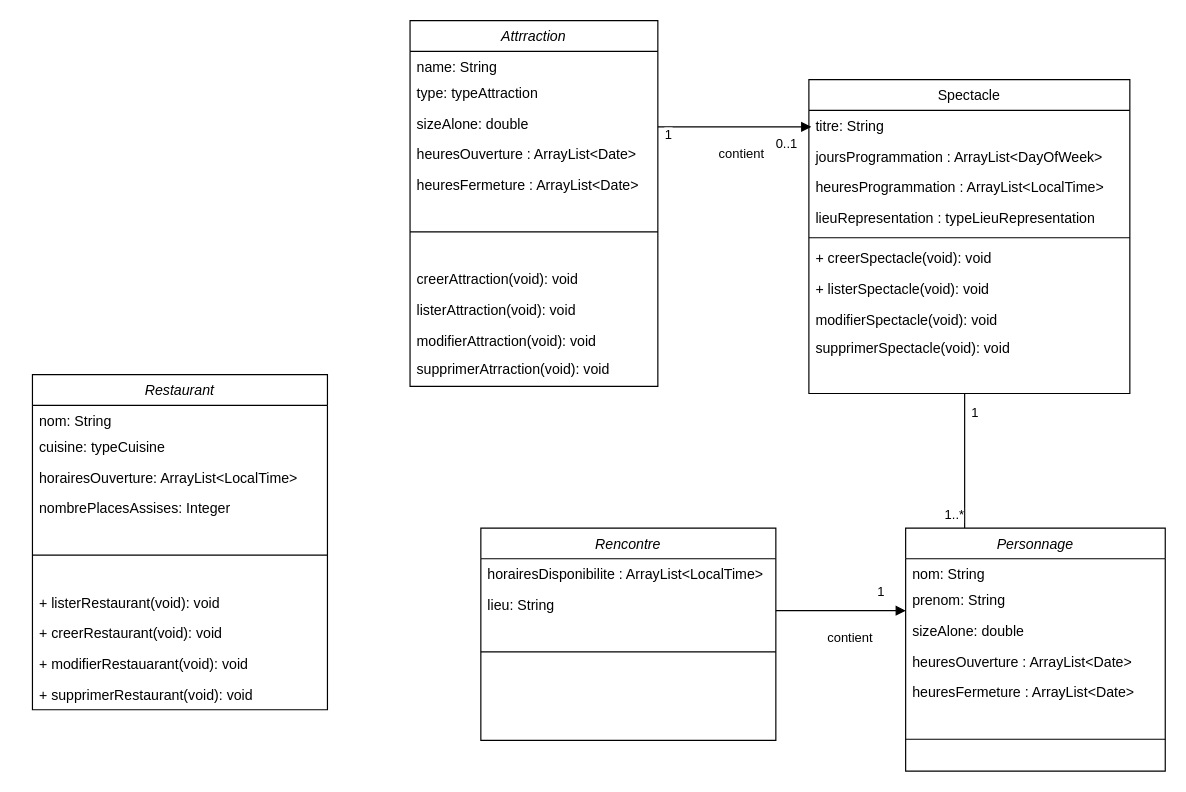
lasercata/JEE_project keeps this draw.io diagram as projet_web.drawio. Above is the earlier version. Source tidied: cells renumbered, new cells numbered last; positions are measured from the earlier drawing's top-left corner, leaving out a move shared by most shapes. Both pictures are drawn from the tidied source at 118%, with x=0, y=0 at pixel (32, 20).
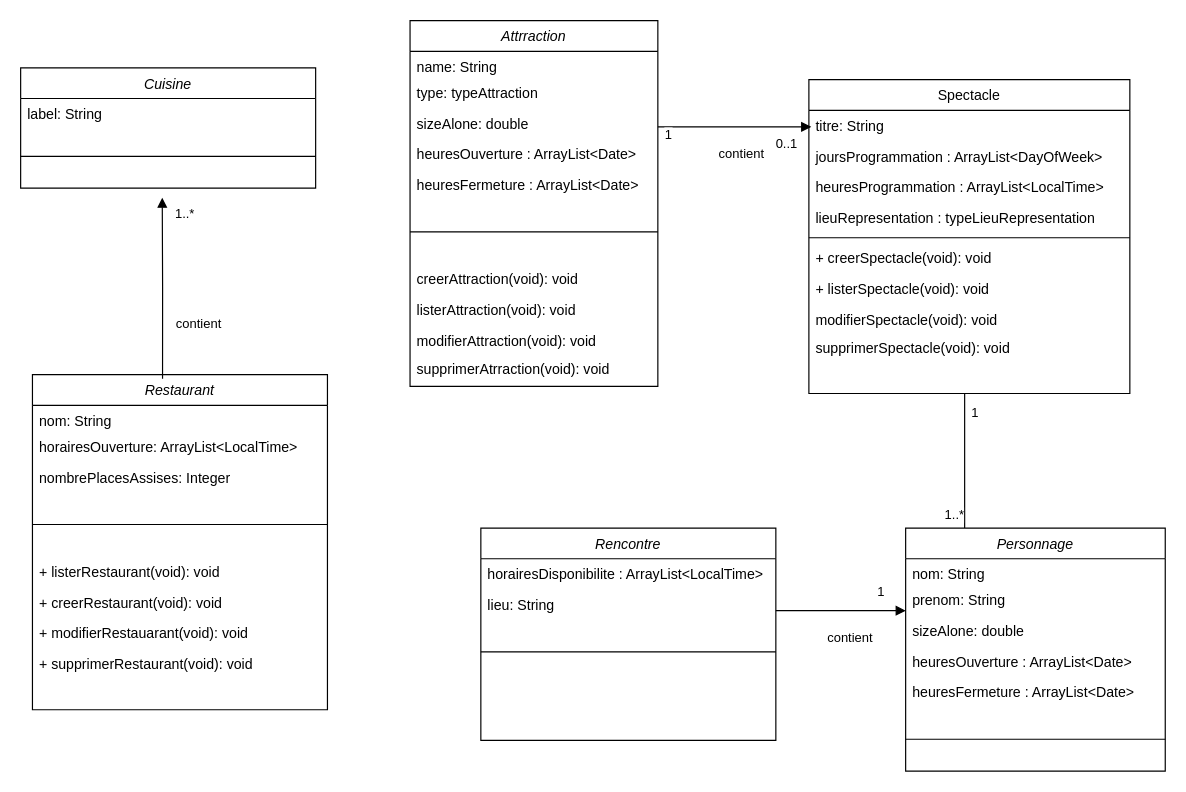
The same page after the edit.

Commit message (it also covers changes not shown here):
working on database connection

Unchanged cells that the change refers to:
```xml
<mxCell id="35" value="Restaurant" style="swimlane;fontStyle=2;align=center;verticalAlign=top;horizontal=1;startSize=26;rounded=0;shadow=0;strokeWidth=1;" parent="1" vertex="1">
  <mxGeometry y="300" width="250" height="284" as="geometry" />
</mxCell>
```

The edit, as a diff of the source:
```diff
@@
-    <mxCell id="37" value="cuisine: typeCuisine" style="text;align=left;verticalAlign=top;spacingLeft=4;spacingRight=4;overflow=hidden;rounded=0;shadow=0;html=0;" parent="35" vertex="1">
-      <mxGeometry y="48" width="250" height="26" as="geometry" />
-    </mxCell>
     <mxCell id="38" value="horairesOuverture: ArrayList&lt;LocalTime&gt;&#10;&#10;" style="text;align=left;verticalAlign=top;spacingLeft=4;spacingRight=4;overflow=hidden;rounded=0;shadow=0;html=0;" parent="35" vertex="1">
-      <mxGeometry y="74" width="250" height="26" as="geometry" />
+      <mxGeometry y="48" width="250" height="26" as="geometry" />
     </mxCell>
     <mxCell id="39" value="nombrePlacesAssises: Integer" style="text;align=left;verticalAlign=top;spacingLeft=4;spacingRight=4;overflow=hidden;rounded=0;shadow=0;html=0;" parent="35" vertex="1">
-      <mxGeometry y="100" width="250" height="26" as="geometry" />
+      <mxGeometry y="74" width="250" height="26" as="geometry" />
     </mxCell>
     <mxCell id="40" style="line;html=1;strokeWidth=1;align=left;verticalAlign=middle;spacingTop=-1;spacingLeft=3;spacingRight=3;labelPosition=right;" parent="35" vertex="1">
-      <mxGeometry y="126" width="250" height="54" as="geometry" />
+      <mxGeometry y="100" width="250" height="54" as="geometry" />
     </mxCell>
     <mxCell id="41" value="+ listerRestaurant(void): void&#10;" style="text;align=left;verticalAlign=top;spacingLeft=4;spacingRight=4;overflow=hidden;rounded=0;shadow=0;html=0;" parent="35" vertex="1">
-      <mxGeometry y="180" width="250" height="26" as="geometry" />
+      <mxGeometry y="154" width="250" height="26" as="geometry" />
     </mxCell>
     <mxCell id="42" value="+ creerRestaurant(void): void" style="text;align=left;verticalAlign=top;spacingLeft=4;spacingRight=4;overflow=hidden;rounded=0;shadow=0;html=0;" parent="35" vertex="1">
-      <mxGeometry y="206" width="250" height="26" as="geometry" />
+      <mxGeometry y="180" width="250" height="26" as="geometry" />
     </mxCell>
     <mxCell id="43" value="+ modifierRestauarant(void): void" style="text;align=left;verticalAlign=top;spacingLeft=4;spacingRight=4;overflow=hidden;rounded=0;shadow=0;html=0;" parent="35" vertex="1">
-      <mxGeometry y="232" width="250" height="26" as="geometry" />
+      <mxGeometry y="206" width="250" height="26" as="geometry" />
     </mxCell>
     <mxCell id="44" value="+ supprimerRestaurant(void): void" style="text;align=left;verticalAlign=top;spacingLeft=4;spacingRight=4;overflow=hidden;rounded=0;shadow=0;html=0;" parent="35" vertex="1">
-      <mxGeometry y="258" width="250" height="26" as="geometry" />
+      <mxGeometry y="232" width="250" height="26" as="geometry" />
     </mxCell>
@@
+    <mxCell id="52" value="Cuisine" style="swimlane;fontStyle=2;align=center;verticalAlign=top;horizontal=1;startSize=26;rounded=0;shadow=0;strokeWidth=1;" parent="1" vertex="1">
+      <mxGeometry x="-10" y="40" width="250" height="102" as="geometry" />
+    </mxCell>
+    <mxCell id="53" value="label: String      " style="text;align=left;verticalAlign=top;spacingLeft=4;spacingRight=4;overflow=hidden;" parent="52" vertex="1">
+      <mxGeometry y="26" width="250" height="22" as="geometry" />
+    </mxCell>
+    <mxCell id="54" style="line;html=1;strokeWidth=1;align=left;verticalAlign=middle;spacingTop=-1;spacingLeft=3;spacingRight=3;labelPosition=right;" parent="52" vertex="1">
+      <mxGeometry y="48" width="250" height="54" as="geometry" />
+    </mxCell>
+    <mxCell id="55" value="contient" style="endArrow=block;endFill=1;html=1;edgeStyle=orthogonalEdgeStyle;align=left;verticalAlign=top;rounded=0;exitX=0.441;exitY=0.012;exitDx=0;exitDy=0;exitPerimeter=0;" parent="1" edge="1" source="35">
+      <mxGeometry x="-0.23" y="-10" relative="1" as="geometry">
+        <mxPoint x="110" y="150" as="targetPoint" />
+      </mxGeometry>
+    </mxCell>
+    <mxCell id="56" value="1..*" style="edgeLabel;html=1;align=center;verticalAlign=middle;" parent="1" vertex="1">
+      <mxGeometry x="230" y="170" as="geometry">
+        <mxPoint x="-102" y="-7" as="offset" />
+      </mxGeometry>
+    </mxCell>
```
